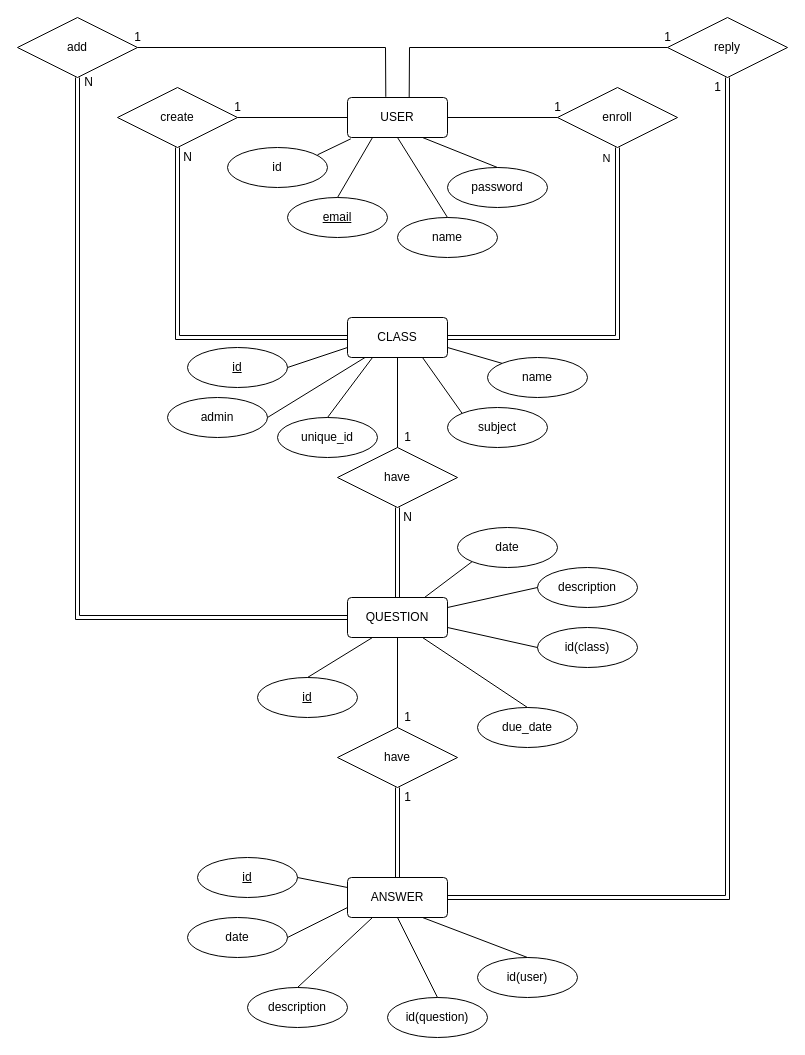
anishrsharma/Temp1 keeps this draw.io diagram as classway_ERD2.drawio. Above is the earlier version. Source tidied: cells renumbered, new cells numbered last; positions are measured from the earlier drawing's top-left corner, leaving out a move shared by most shapes. Both pictures are drawn from the tidied source at 100%, with x=0, y=0 at pixel (17, 17).
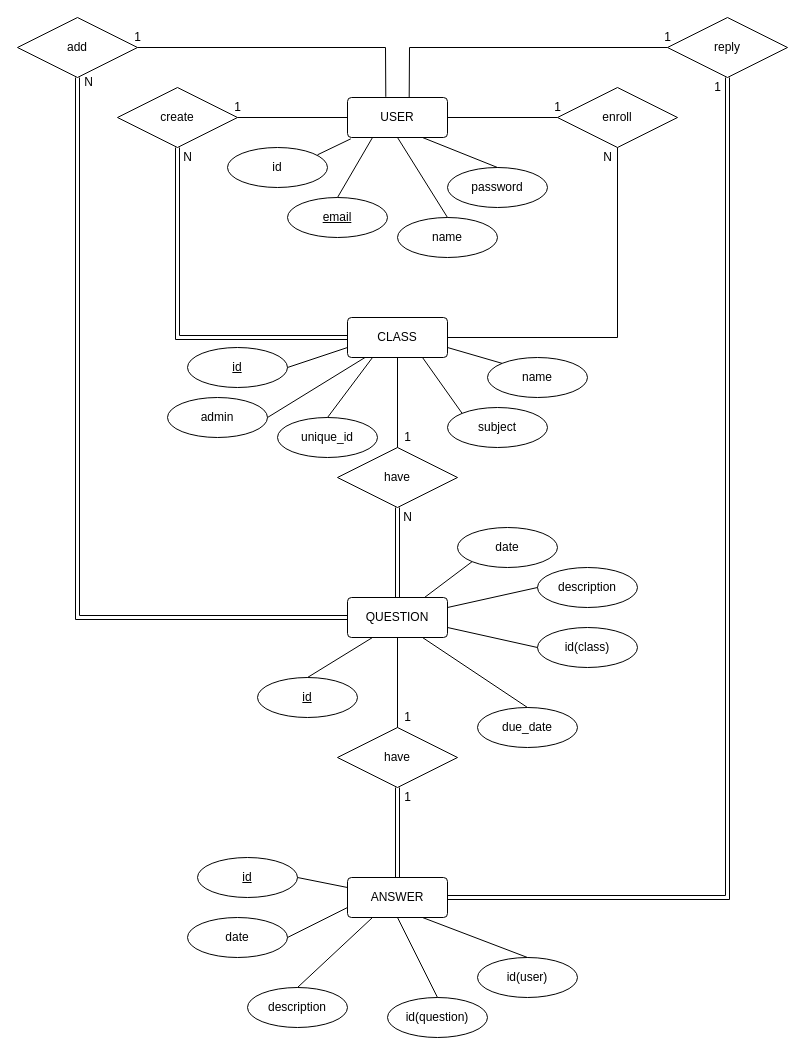
The same diagram, later.

The change refers to these unchanged cells:
```xml
<mxCell id="3" value="CLASS" style="rounded=1;arcSize=10;whiteSpace=wrap;html=1;align=center;" parent="1" vertex="1">
  <mxGeometry x="330" y="300" width="100" height="40" as="geometry" />
</mxCell>
<mxCell id="9" value="enroll" style="shape=rhombus;perimeter=rhombusPerimeter;whiteSpace=wrap;html=1;align=center;" parent="1" vertex="1">
  <mxGeometry x="540" y="70" width="120" height="60" as="geometry" />
</mxCell>
```

The edit, as a diff of the source:
```diff
@@
-    <mxCell id="12" style="endArrow=none;html=1;rounded=0;exitX=0.5;exitY=1;exitDx=0;exitDy=0;entryX=1;entryY=0.5;entryDx=0;entryDy=0;shape=link;" parent="1" edge="1" source="9" target="3">
-      <mxGeometry relative="1" as="geometry">
-        <Array as="points">
-          <mxPoint x="600" y="320" />
-        </Array>
-      </mxGeometry>
-    </mxCell>
-    <mxCell id="13" value="N" style="edgeLabel;html=1;align=center;verticalAlign=middle;" parent="12" vertex="1">
-      <mxGeometry x="-0.91" y="-12" relative="1" as="geometry">
-        <mxPoint y="-6" as="offset" />
-      </mxGeometry>
-    </mxCell>
@@
+    <mxCell id="74" style="endArrow=none;html=1;rounded=0;exitX=1;exitY=0.5;exitDx=0;exitDy=0;entryX=0.5;entryY=1;entryDx=0;entryDy=0;" parent="1" edge="1" source="3" target="9">
+      <mxGeometry relative="1" as="geometry">
+        <Array as="points">
+          <mxPoint x="600" y="320" />
+        </Array>
+      </mxGeometry>
+    </mxCell>
+    <mxCell id="13" value="N" style="text;html=1;align=center;verticalAlign=middle;strokeColor=none;" parent="1" vertex="1">
+      <mxGeometry x="580" y="130" width="20" height="20" as="geometry" />
+    </mxCell>
```
